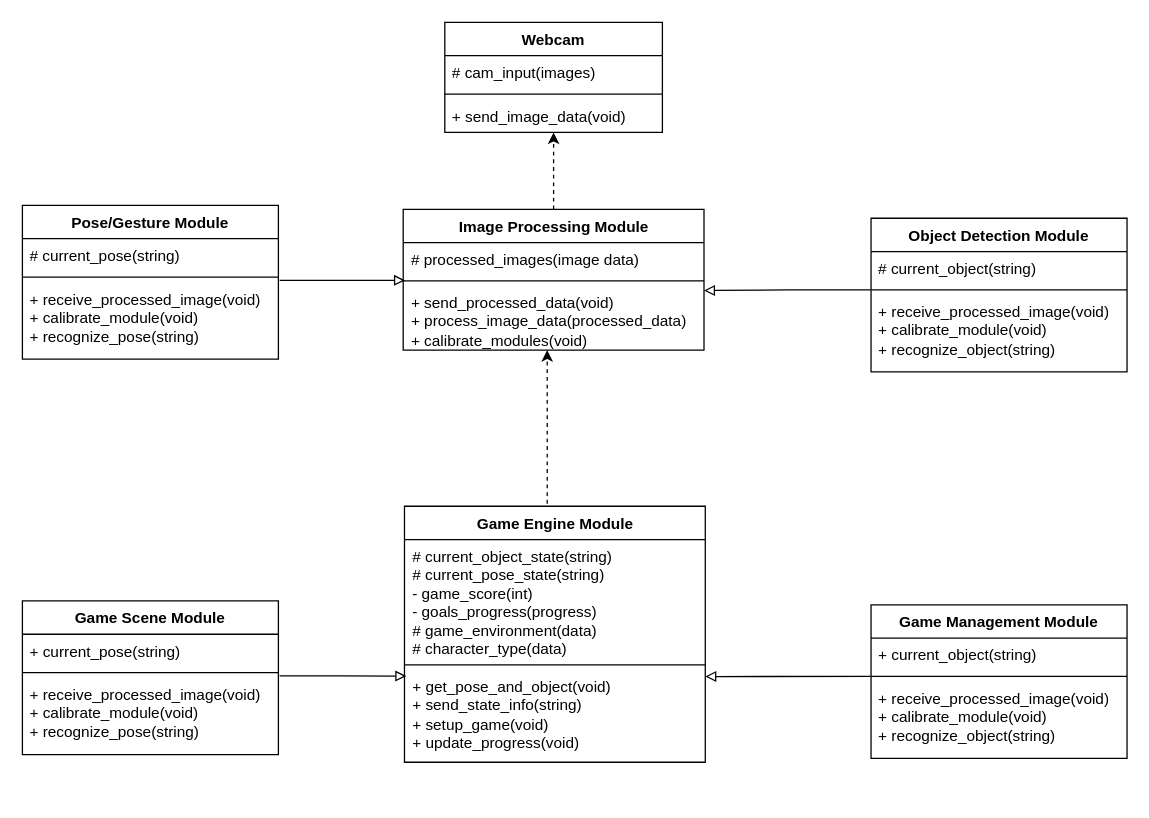
Before: class_diagram.drawio in le-incroyable1-dev/arduino_ELC, a draw.io diagram. Source tidied: cells renumbered, new cells numbered last; positions are measured from the earlier drawing's top-left corner, leaving out a move shared by most shapes. Both pictures are drawn from the tidied source at 128%, with x=0, y=0 at pixel (22, 22).
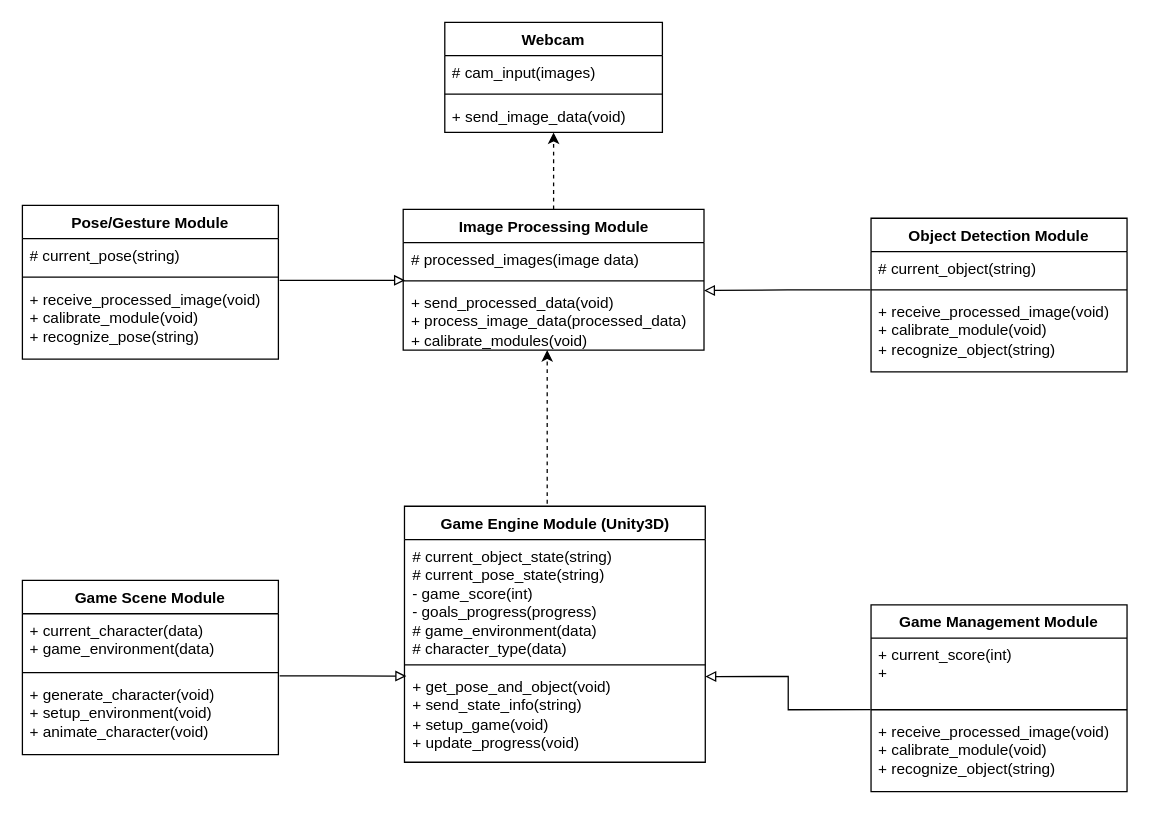
The same page after the edit.

Change to the diagram source:
```diff
@@
-    <mxCell id="21" value="Game Engine Module" style="swimlane;fontStyle=1;align=center;verticalAlign=top;horizontal=1;startSize=26;whiteSpace=wrap;html=1;" parent="1" vertex="1">
+    <mxCell id="21" value="Game Engine Module (Unity3D)" style="swimlane;fontStyle=1;align=center;verticalAlign=top;horizontal=1;startSize=26;whiteSpace=wrap;html=1;" parent="1" vertex="1">
       <mxGeometry x="298.5" y="378" width="235" height="200" as="geometry" />
     </mxCell>
@@
     <mxCell id="26" value="Game Scene Module" style="swimlane;fontStyle=1;align=center;verticalAlign=top;horizontal=1;startSize=26;whiteSpace=wrap;html=1;" parent="1" vertex="1">
-      <mxGeometry y="452" width="200" height="120" as="geometry" />
+      <mxGeometry y="436" width="200" height="136" as="geometry" />
     </mxCell>
-    <mxCell id="27" value="+ current_pose(string)" style="text;strokeColor=none;fillColor=none;align=left;verticalAlign=top;spacingLeft=4;spacingRight=4;overflow=hidden;whiteSpace=wrap;html=1;" parent="26" vertex="1">
-      <mxGeometry y="26" width="200" height="26" as="geometry" />
+    <mxCell id="27" value="+ current_character(data)&lt;br&gt;+ game_environment(data)" style="text;strokeColor=none;fillColor=none;align=left;verticalAlign=top;spacingLeft=4;spacingRight=4;overflow=hidden;whiteSpace=wrap;html=1;" parent="26" vertex="1">
+      <mxGeometry y="26" width="200" height="42" as="geometry" />
     </mxCell>
     <mxCell id="28" style="line;strokeWidth=1;fillColor=none;align=left;verticalAlign=middle;spacingTop=-1;spacingLeft=3;spacingRight=3;labelPosition=right;strokeColor=inherit;" parent="26" vertex="1">
-      <mxGeometry y="52" width="200" height="8" as="geometry" />
+      <mxGeometry y="68" width="200" height="8" as="geometry" />
     </mxCell>
-    <mxCell id="29" value="+ receive_processed_image(void)&lt;br&gt;+ calibrate_module(void)&lt;br&gt;+ recognize_pose(string)" style="text;strokeColor=none;fillColor=none;align=left;verticalAlign=top;spacingLeft=4;spacingRight=4;overflow=hidden;points=[[0,0.5],[1,0.5]];portConstraint=eastwest;whiteSpace=wrap;html=1;" parent="26" vertex="1">
-      <mxGeometry y="60" width="200" height="60" as="geometry" />
+    <mxCell id="29" value="+ generate_character(void)&lt;br&gt;+ setup_environment(void)&lt;br&gt;+ animate_character(void)" style="text;strokeColor=none;fillColor=none;align=left;verticalAlign=top;spacingLeft=4;spacingRight=4;overflow=hidden;points=[[0,0.5],[1,0.5]];portConstraint=eastwest;whiteSpace=wrap;html=1;" parent="26" vertex="1">
+      <mxGeometry y="76" width="200" height="60" as="geometry" />
     </mxCell>
@@
     <mxCell id="31" value="Game Management Module" style="swimlane;fontStyle=1;align=center;verticalAlign=top;horizontal=1;startSize=26;whiteSpace=wrap;html=1;" parent="1" vertex="1">
-      <mxGeometry x="663" y="455" width="200" height="120" as="geometry" />
+      <mxGeometry x="663" y="455" width="200" height="146" as="geometry" />
     </mxCell>
-    <mxCell id="32" value="+ current_object(string)" style="text;strokeColor=none;fillColor=none;align=left;verticalAlign=top;spacingLeft=4;spacingRight=4;overflow=hidden;whiteSpace=wrap;html=1;" parent="31" vertex="1">
-      <mxGeometry y="26" width="200" height="26" as="geometry" />
+    <mxCell id="32" value="+ current_score(int)&lt;br&gt;+&amp;nbsp;" style="text;strokeColor=none;fillColor=none;align=left;verticalAlign=top;spacingLeft=4;spacingRight=4;overflow=hidden;whiteSpace=wrap;html=1;" parent="31" vertex="1">
+      <mxGeometry y="26" width="200" height="52" as="geometry" />
     </mxCell>
     <mxCell id="33" style="line;strokeWidth=1;fillColor=none;align=left;verticalAlign=middle;spacingTop=-1;spacingLeft=3;spacingRight=3;labelPosition=right;strokeColor=inherit;" parent="31" vertex="1">
-      <mxGeometry y="52" width="200" height="8" as="geometry" />
+      <mxGeometry y="78" width="200" height="8" as="geometry" />
     </mxCell>
     <mxCell id="34" value="+ receive_processed_image(void)&lt;br style=&quot;border-color: var(--border-color);&quot;&gt;+ calibrate_module(void)&lt;br style=&quot;border-color: var(--border-color);&quot;&gt;+ recognize_object(string)" style="text;strokeColor=none;fillColor=none;align=left;verticalAlign=top;spacingLeft=4;spacingRight=4;overflow=hidden;points=[[0,0.5],[1,0.5]];portConstraint=eastwest;whiteSpace=wrap;html=1;" parent="31" vertex="1">
-      <mxGeometry y="60" width="200" height="60" as="geometry" />
+      <mxGeometry y="86" width="200" height="60" as="geometry" />
     </mxCell>
```
